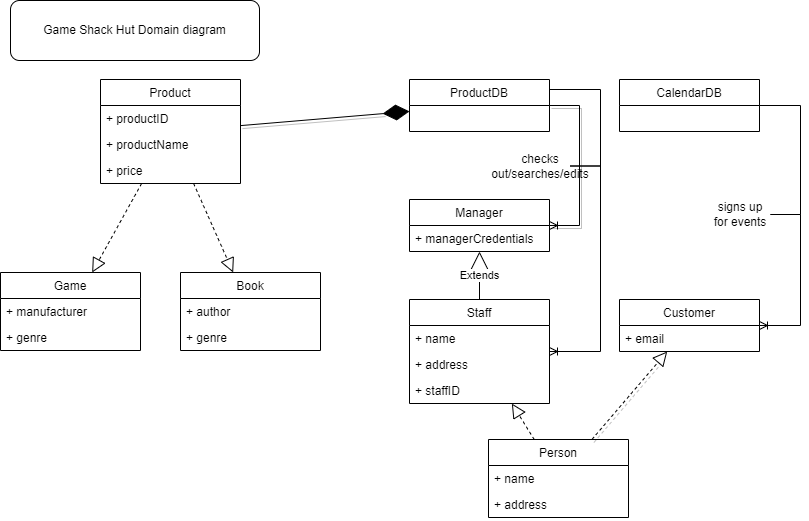
rnstphns/Game-Shack-Hut keeps this draw.io diagram as docs/Game Shack Hut Domain.png. Above is the earlier version. Source tidied: cells renumbered, new cells last; positions are measured from the earlier drawing's top-left corner, leaving out a move shared by most shapes. The source it was exported from:
```xml
<mxGraphModel>
  <root>
    <mxCell id="0" />
    <mxCell id="1" parent="0" />
    <mxCell id="2" value="Manager" style="swimlane;fontStyle=0;horizontal=1;startSize=26;fillColor=none;" parent="1" vertex="1">
      <mxGeometry x="409" y="199" width="140" height="52" as="geometry" />
    </mxCell>
    <mxCell id="3" value="+ managerCredentials" style="text;strokeColor=none;fillColor=none;align=left;verticalAlign=top;spacingLeft=4;spacingRight=4;overflow=hidden;" parent="2" vertex="1">
      <mxGeometry y="26" width="140" height="26" as="geometry" />
    </mxCell>
    <mxCell id="4" style="endArrow=block;dashed=1;endFill=0;endSize=12;html=1;rounded=0;shadow=1;" parent="1" edge="1" source="21" target="9">
      <mxGeometry relative="1" as="geometry" />
    </mxCell>
    <mxCell id="5" style="endArrow=block;dashed=1;endFill=0;endSize=12;html=1;rounded=0;" parent="1" edge="1" source="21" target="11">
      <mxGeometry relative="1" as="geometry" />
    </mxCell>
    <mxCell id="6" value="Extends" style="endArrow=block;endSize=16;endFill=0;html=1;rounded=0;entryX=0.5;entryY=1;entryDx=0;entryDy=0;exitX=0.5;exitY=0;exitDx=0;exitDy=0;" parent="1" edge="1" source="11" target="2">
      <mxGeometry relative="1" as="geometry" />
    </mxCell>
    <mxCell id="7" value="ProductDB" style="swimlane;fontStyle=0;horizontal=1;startSize=26;fillColor=none;" parent="1" vertex="1">
      <mxGeometry x="409" y="79" width="140" height="52" as="geometry" />
    </mxCell>
    <mxCell id="8" value="CalendarDB" style="swimlane;fontStyle=0;horizontal=1;startSize=26;fillColor=none;" parent="1" vertex="1">
      <mxGeometry x="619" y="79" width="140" height="52" as="geometry" />
    </mxCell>
    <mxCell id="9" value="Customer" style="swimlane;fontStyle=0;horizontal=1;startSize=26;fillColor=none;" parent="1" vertex="1">
      <mxGeometry x="619" y="299" width="140" height="52" as="geometry" />
    </mxCell>
    <mxCell id="10" value="+ email" style="text;strokeColor=none;fillColor=none;align=left;verticalAlign=top;spacingLeft=4;spacingRight=4;overflow=hidden;" parent="9" vertex="1">
      <mxGeometry y="26" width="140" height="26" as="geometry" />
    </mxCell>
    <mxCell id="11" value="Staff" style="swimlane;fontStyle=0;horizontal=1;startSize=26;fillColor=none;" parent="1" vertex="1">
      <mxGeometry x="409" y="299" width="140" height="104" as="geometry" />
    </mxCell>
    <mxCell id="12" value="+ name" style="text;strokeColor=none;fillColor=none;align=left;verticalAlign=top;spacingLeft=4;spacingRight=4;overflow=hidden;" parent="11" vertex="1">
      <mxGeometry y="26" width="140" height="26" as="geometry" />
    </mxCell>
    <mxCell id="13" value="+ address" style="text;strokeColor=none;fillColor=none;align=left;verticalAlign=top;spacingLeft=4;spacingRight=4;overflow=hidden;" parent="11" vertex="1">
      <mxGeometry y="52" width="140" height="26" as="geometry" />
    </mxCell>
    <mxCell id="14" value="+ staffID" style="text;strokeColor=none;fillColor=none;align=left;verticalAlign=top;spacingLeft=4;spacingRight=4;overflow=hidden;" parent="11" vertex="1">
      <mxGeometry y="78" width="140" height="26" as="geometry" />
    </mxCell>
    <mxCell id="15" style="edgeStyle=entityRelationEdgeStyle;fontSize=12;html=1;endArrow=ERoneToMany;rounded=0;startArrow=none;" parent="1" edge="1" source="33" target="11">
      <mxGeometry relative="1" as="geometry" />
    </mxCell>
    <mxCell id="16" style="edgeStyle=entityRelationEdgeStyle;fontSize=12;html=1;endArrow=ERoneToMany;rounded=0;startArrow=none;" parent="1" edge="1" source="35" target="9">
      <mxGeometry relative="1" as="geometry" />
    </mxCell>
    <mxCell id="17" value="Product" style="swimlane;fontStyle=0;horizontal=1;startSize=26;fillColor=none;" parent="1" vertex="1">
      <mxGeometry x="100" y="79" width="140" height="104" as="geometry" />
    </mxCell>
    <mxCell id="18" value="+ productID" style="text;strokeColor=none;fillColor=none;align=left;verticalAlign=top;spacingLeft=4;spacingRight=4;overflow=hidden;" parent="17" vertex="1">
      <mxGeometry y="26" width="140" height="26" as="geometry" />
    </mxCell>
    <mxCell id="19" value="+ productName" style="text;strokeColor=none;fillColor=none;align=left;verticalAlign=top;spacingLeft=4;spacingRight=4;overflow=hidden;" parent="17" vertex="1">
      <mxGeometry y="52" width="140" height="26" as="geometry" />
    </mxCell>
    <mxCell id="20" value="+ price&#10;" style="text;strokeColor=none;fillColor=none;align=left;verticalAlign=top;spacingLeft=4;spacingRight=4;overflow=hidden;" parent="17" vertex="1">
      <mxGeometry y="78" width="140" height="26" as="geometry" />
    </mxCell>
    <mxCell id="21" value="Person" style="swimlane;fontStyle=0;horizontal=1;startSize=26;fillColor=none;" parent="1" vertex="1">
      <mxGeometry x="488" y="439" width="140" height="78" as="geometry" />
    </mxCell>
    <mxCell id="22" value="+ name" style="text;strokeColor=none;fillColor=none;align=left;verticalAlign=top;spacingLeft=4;spacingRight=4;overflow=hidden;" parent="21" vertex="1">
      <mxGeometry y="26" width="140" height="26" as="geometry" />
    </mxCell>
    <mxCell id="23" value="+ address" style="text;strokeColor=none;fillColor=none;align=left;verticalAlign=top;spacingLeft=4;spacingRight=4;overflow=hidden;" parent="21" vertex="1">
      <mxGeometry y="52" width="140" height="26" as="geometry" />
    </mxCell>
    <mxCell id="24" value="Game" style="swimlane;fontStyle=0;horizontal=1;startSize=26;fillColor=none;" parent="1" vertex="1">
      <mxGeometry y="272" width="140" height="78" as="geometry" />
    </mxCell>
    <mxCell id="25" value="+ manufacturer" style="text;strokeColor=none;fillColor=none;align=left;verticalAlign=top;spacingLeft=4;spacingRight=4;overflow=hidden;" parent="24" vertex="1">
      <mxGeometry y="26" width="140" height="26" as="geometry" />
    </mxCell>
    <mxCell id="26" value="+ genre" style="text;strokeColor=none;fillColor=none;align=left;verticalAlign=top;spacingLeft=4;spacingRight=4;overflow=hidden;" parent="24" vertex="1">
      <mxGeometry y="52" width="140" height="26" as="geometry" />
    </mxCell>
    <mxCell id="27" value="Book" style="swimlane;fontStyle=0;horizontal=1;startSize=26;fillColor=none;" parent="1" vertex="1">
      <mxGeometry x="180" y="272" width="140" height="78" as="geometry" />
    </mxCell>
    <mxCell id="28" value="+ author" style="text;strokeColor=none;fillColor=none;align=left;verticalAlign=top;spacingLeft=4;spacingRight=4;overflow=hidden;" parent="27" vertex="1">
      <mxGeometry y="26" width="140" height="26" as="geometry" />
    </mxCell>
    <mxCell id="29" value="+ genre" style="text;strokeColor=none;fillColor=none;align=left;verticalAlign=top;spacingLeft=4;spacingRight=4;overflow=hidden;" parent="27" vertex="1">
      <mxGeometry y="52" width="140" height="26" as="geometry" />
    </mxCell>
    <mxCell id="30" style="endArrow=block;dashed=1;endFill=0;endSize=12;html=1;rounded=0;" parent="1" edge="1" source="17" target="24">
      <mxGeometry relative="1" as="geometry" />
    </mxCell>
    <mxCell id="31" style="endArrow=block;dashed=1;endFill=0;endSize=12;html=1;rounded=0;" parent="1" edge="1" source="17" target="27">
      <mxGeometry relative="1" as="geometry" />
    </mxCell>
    <mxCell id="32" style="endArrow=diamondThin;endFill=1;endSize=24;html=1;rounded=0;shadow=1;" parent="1" edge="1" source="17" target="7">
      <mxGeometry relative="1" as="geometry" />
    </mxCell>
    <mxCell id="33" value="&lt;div&gt;checks out/searches/edits&lt;/div&gt;" style="text;html=1;strokeColor=none;fillColor=none;align=center;verticalAlign=middle;whiteSpace=wrap;rounded=0;" parent="1" vertex="1">
      <mxGeometry x="510" y="153" width="60" height="25" as="geometry" />
    </mxCell>
    <mxCell id="34" style="edgeStyle=entityRelationEdgeStyle;fontSize=12;html=1;endArrow=none;rounded=0;" parent="1" edge="1" target="33">
      <mxGeometry relative="1" as="geometry">
        <mxPoint x="549" y="89" as="sourcePoint" />
      </mxGeometry>
    </mxCell>
    <mxCell id="35" value="signs up for events" style="text;html=1;strokeColor=none;fillColor=none;align=center;verticalAlign=middle;whiteSpace=wrap;rounded=0;" parent="1" vertex="1">
      <mxGeometry x="710" y="199" width="60" height="30" as="geometry" />
    </mxCell>
    <mxCell id="36" style="edgeStyle=entityRelationEdgeStyle;fontSize=12;html=1;endArrow=none;rounded=0;" parent="1" edge="1" source="8" target="35">
      <mxGeometry relative="1" as="geometry" />
    </mxCell>
    <mxCell id="37" style="edgeStyle=entityRelationEdgeStyle;fontSize=12;html=1;endArrow=ERoneToMany;rounded=0;shadow=1;" parent="1" edge="1" source="7" target="2">
      <mxGeometry relative="1" as="geometry" />
    </mxCell>
    <mxCell id="38" value="Game Shack Hut Domain diagram" style="rounded=1;whiteSpace=wrap;html=1;" parent="1" vertex="1">
      <mxGeometry x="10" width="249" height="60" as="geometry" />
    </mxCell>
  </root>
</mxGraphModel>
```
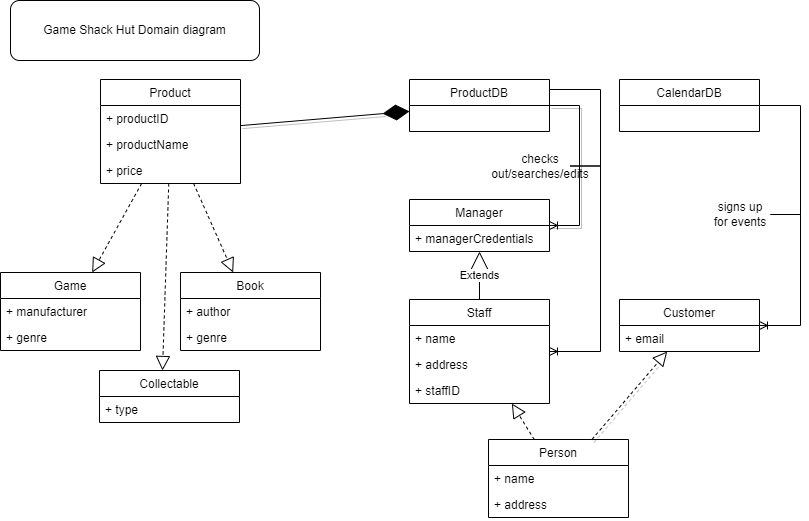
Above is the later version.

The edit, as a diff of the source:
```diff
@@ -115,5 +115,14 @@
     <mxCell id="38" value="Game Shack Hut Domain diagram" style="rounded=1;whiteSpace=wrap;html=1;" parent="1" vertex="1">
       <mxGeometry x="10" width="249" height="60" as="geometry" />
     </mxCell>
+    <mxCell id="39" value="Collectable" style="swimlane;fontStyle=0;horizontal=1;startSize=26;fillColor=none;" parent="1" vertex="1">
+      <mxGeometry x="99" y="370" width="140" height="52" as="geometry" />
+    </mxCell>
+    <mxCell id="40" value="+ type" style="text;strokeColor=none;fillColor=none;align=left;verticalAlign=top;spacingLeft=4;spacingRight=4;overflow=hidden;" parent="39" vertex="1">
+      <mxGeometry y="26" width="140" height="26" as="geometry" />
+    </mxCell>
+    <mxCell id="41" style="endArrow=block;dashed=1;endFill=0;endSize=12;html=1;rounded=0;entryX=0.45;entryY=0;entryDx=0;entryDy=0;entryPerimeter=0;" parent="1" edge="1" source="17" target="39">
+      <mxGeometry relative="1" as="geometry" />
+    </mxCell>
   </root>
 </mxGraphModel>
```
